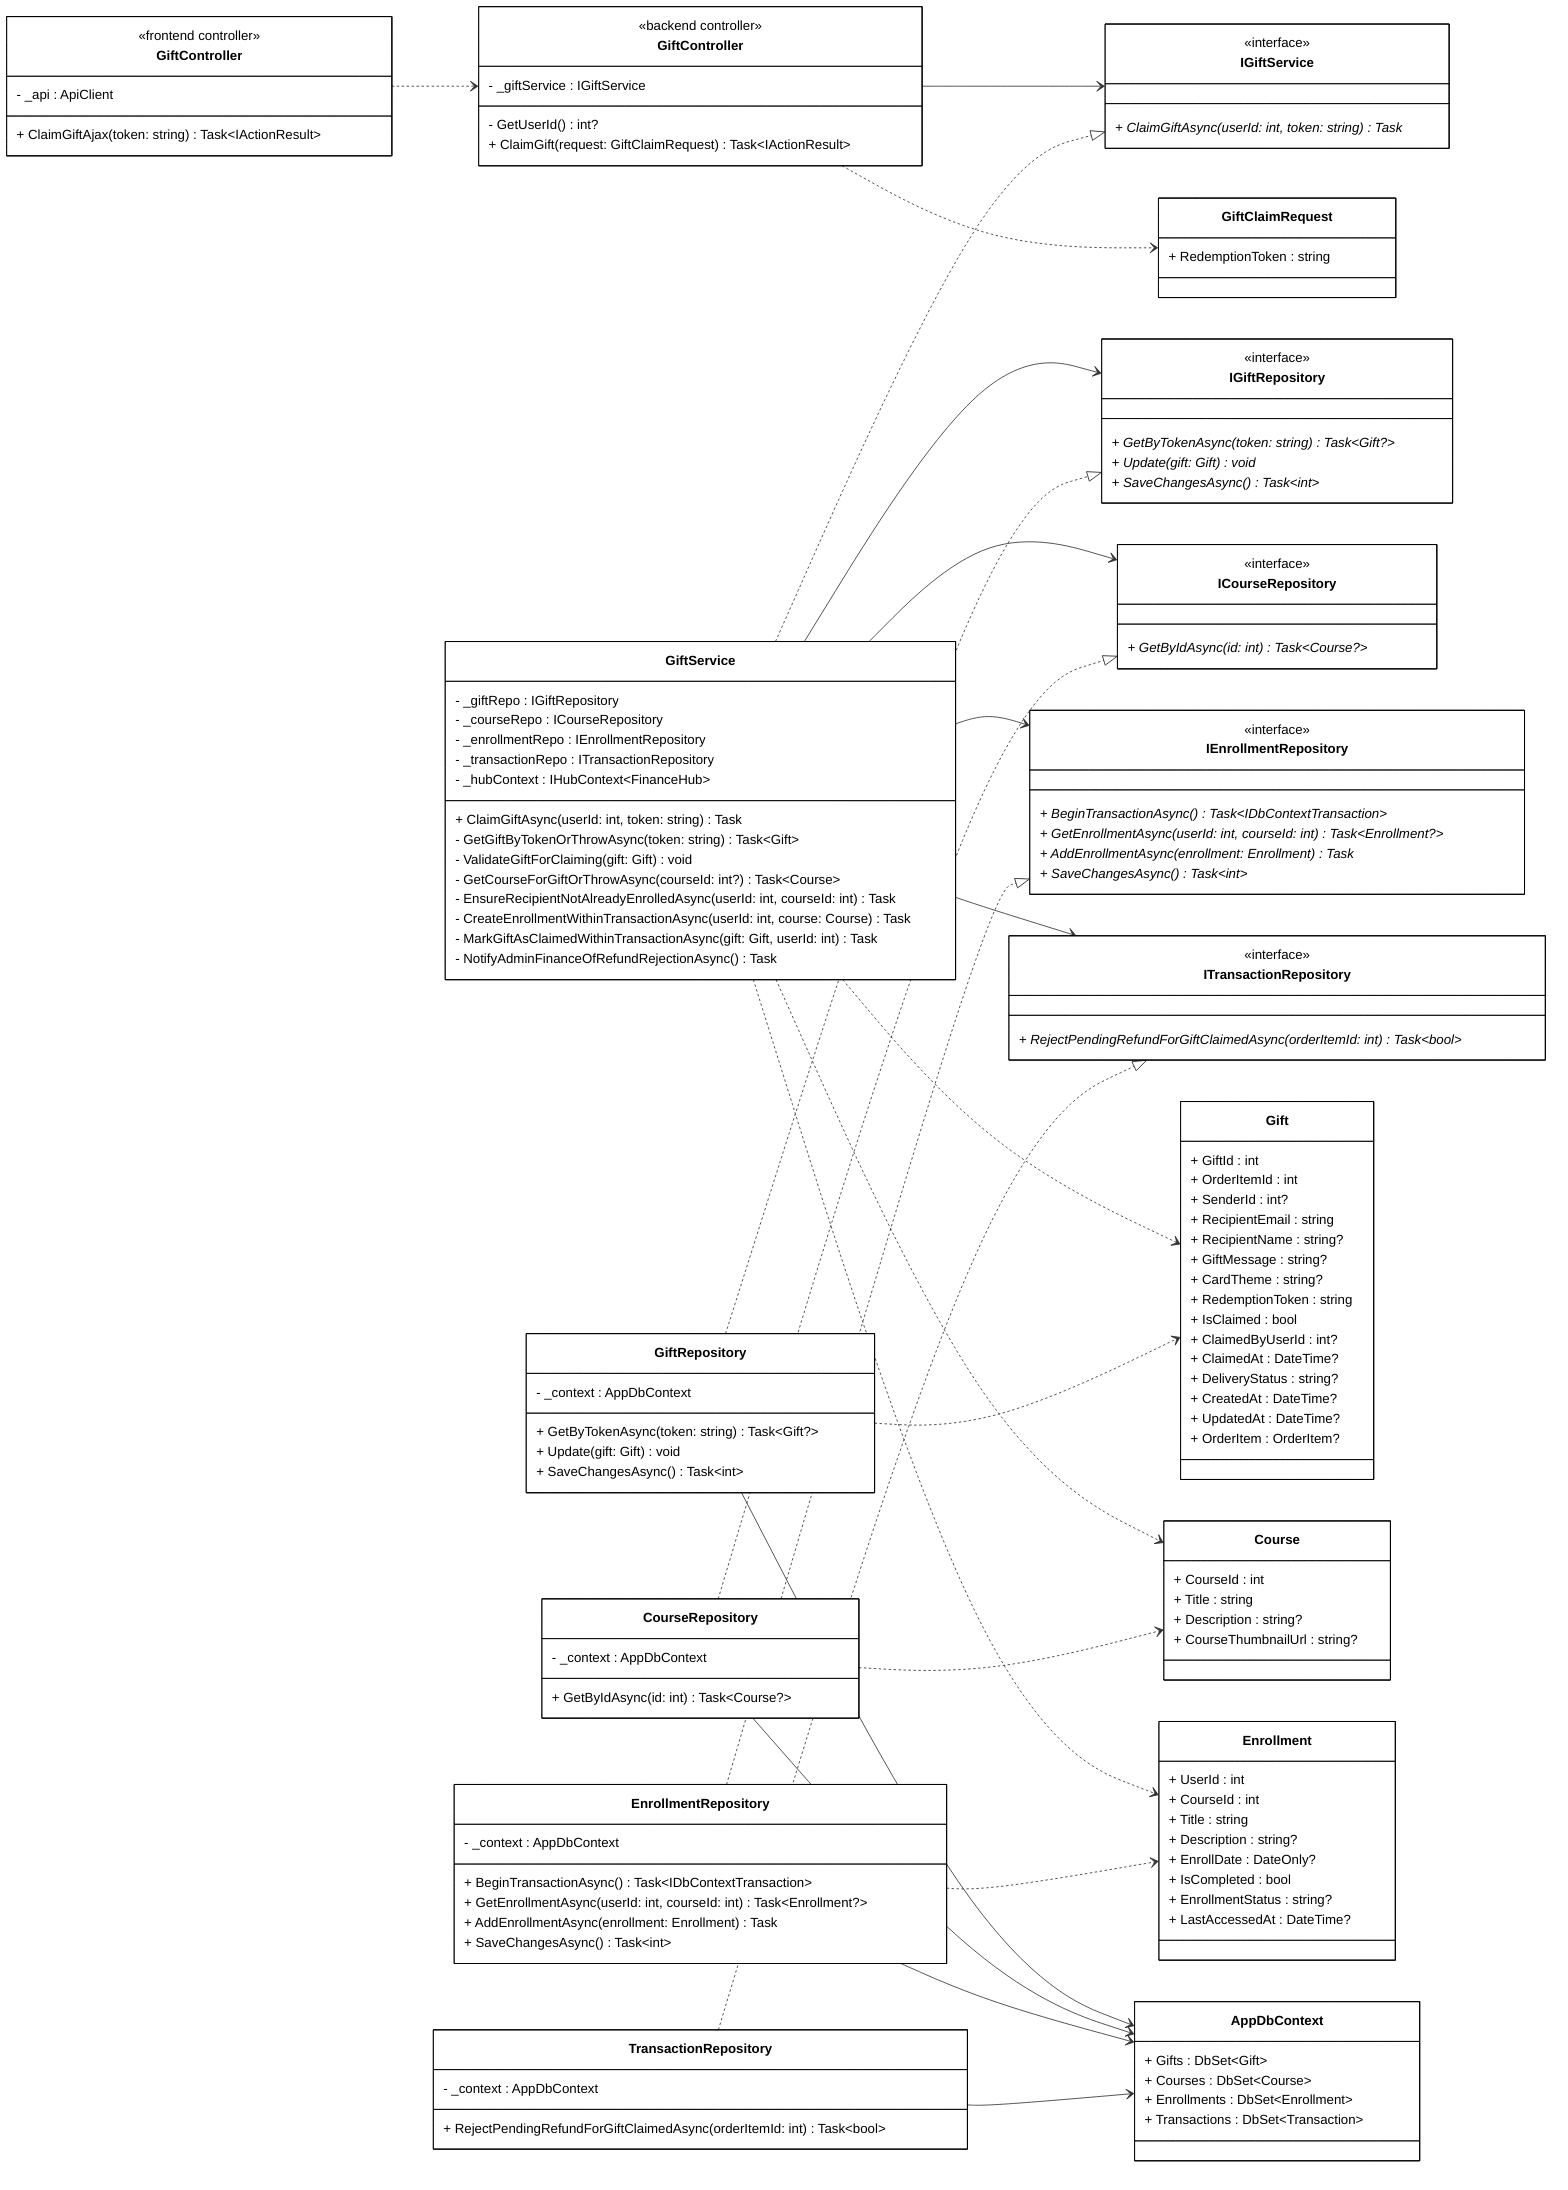
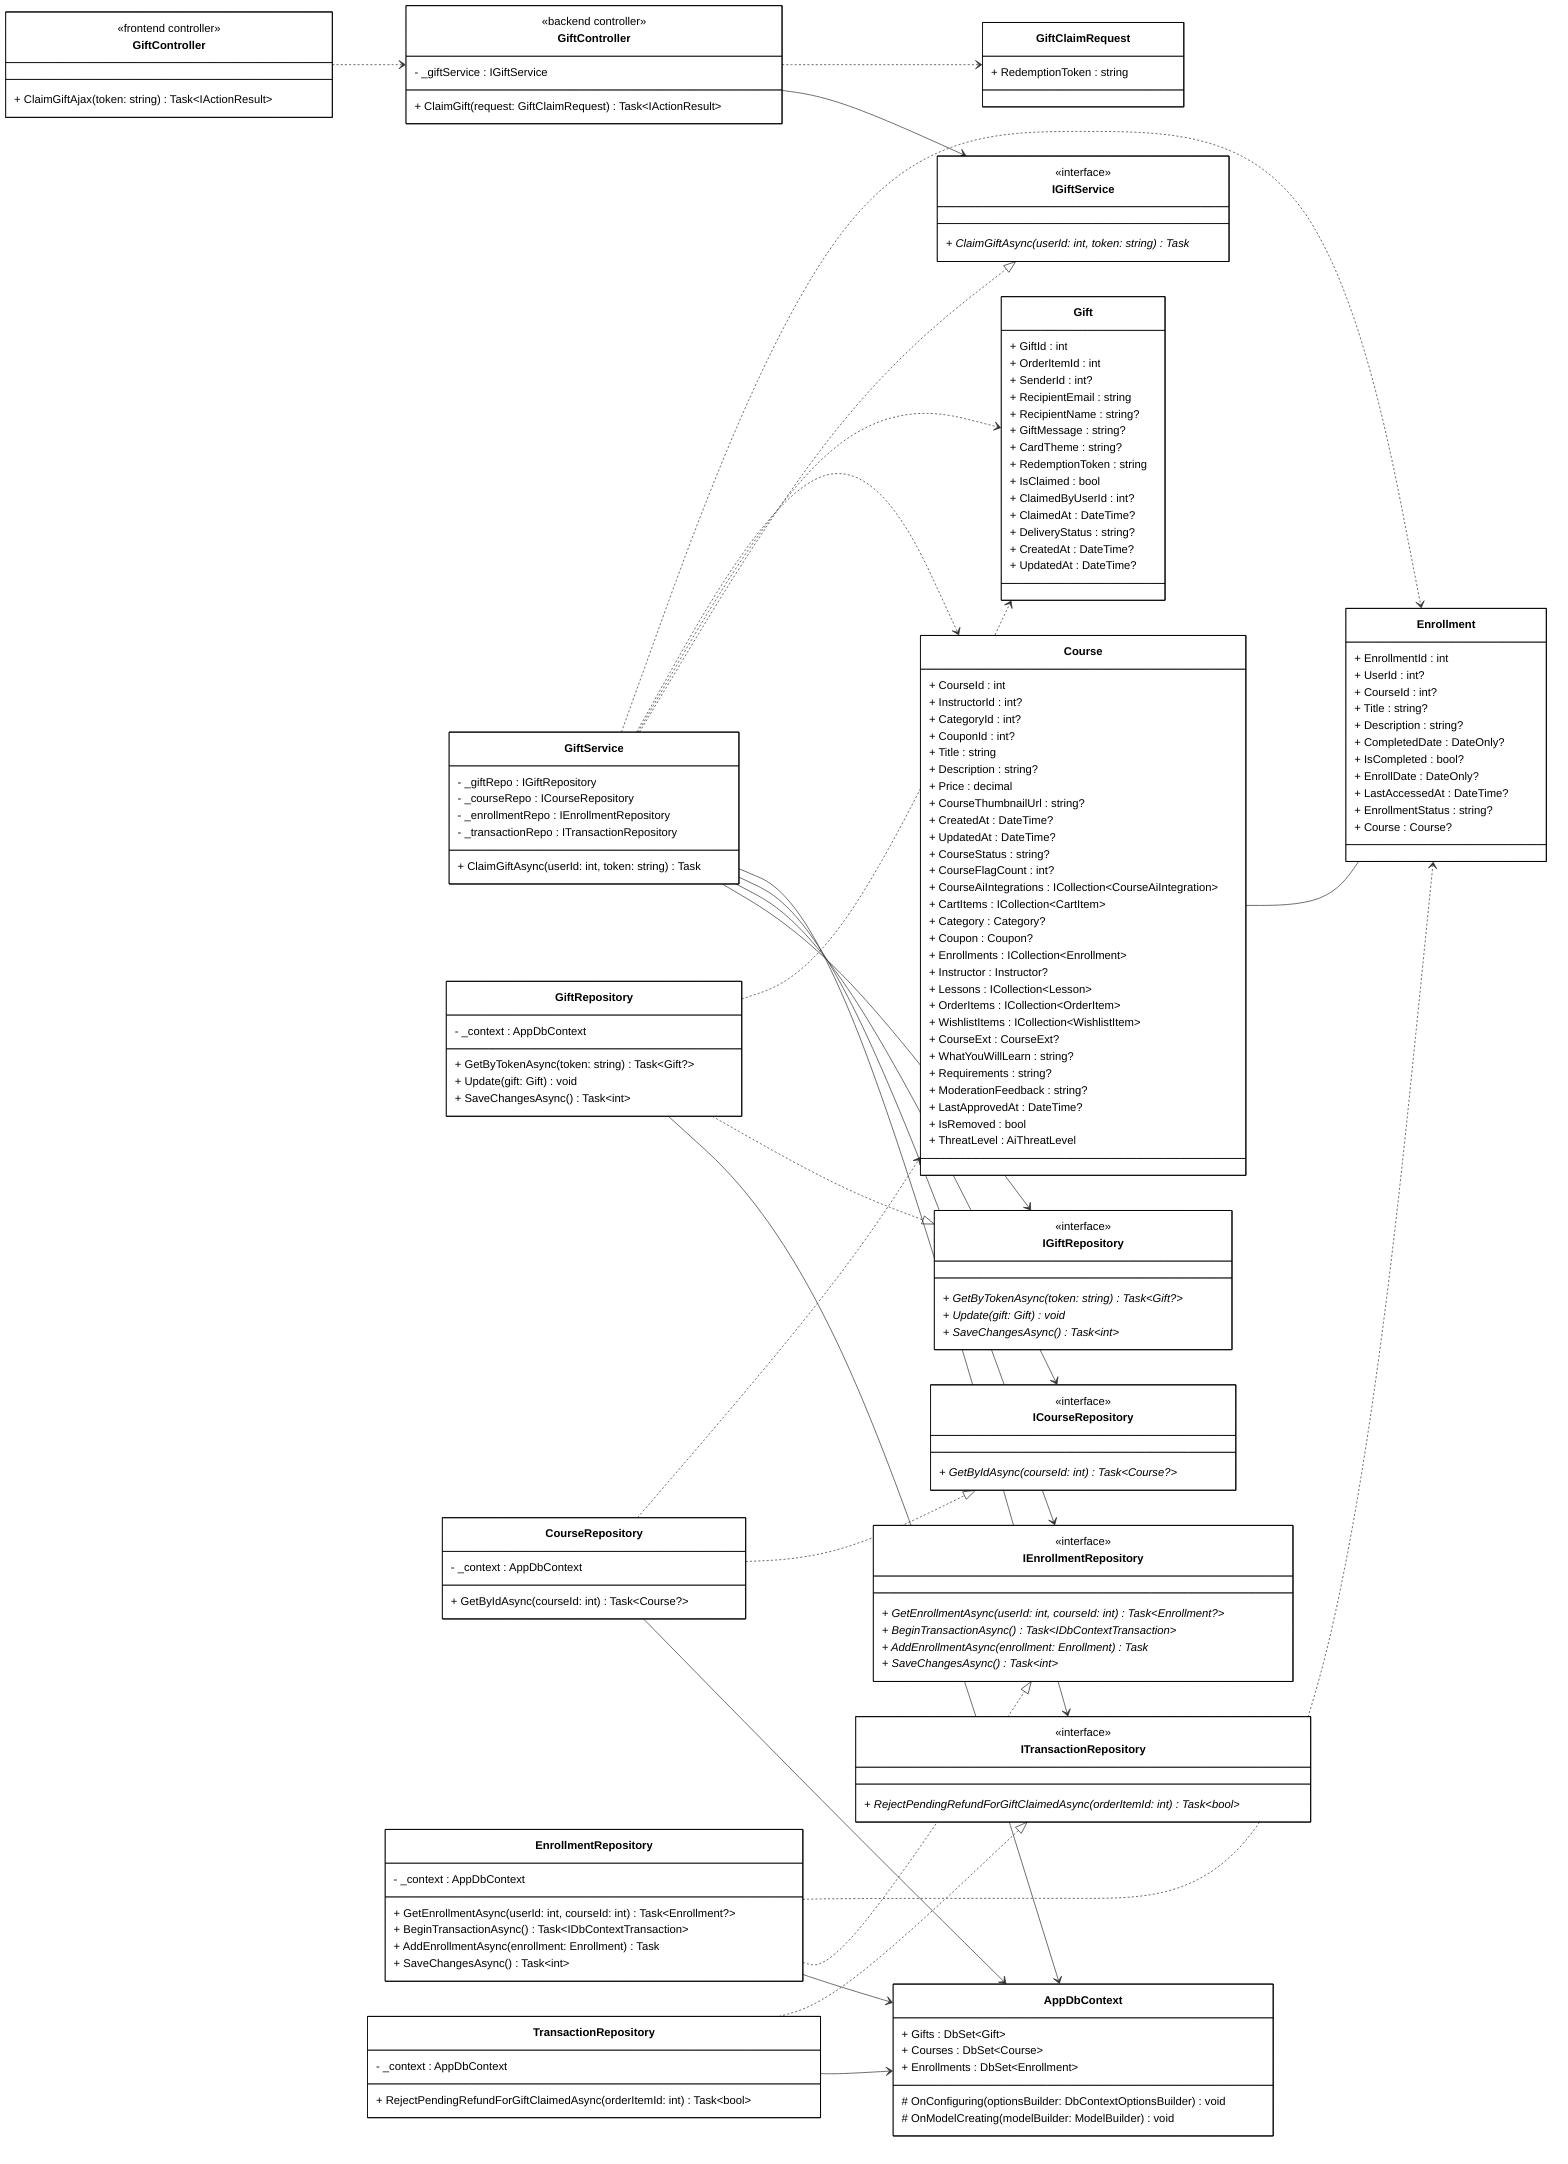
+ ```mermaid
classDiagram
direction LR

%% ==================== FRONTEND ====================

class GiftControllerFE["GiftController"] {
    <<frontend controller>>
-     - _api : ApiClient
    + ClaimGiftAjax(token: string) Task~IActionResult~
}
- 
- 

%% ==================== BACKEND - CONTROLLER ====================

class GiftControllerBE["GiftController"] {
    <<backend controller>>
    - _giftService : IGiftService
-     - GetUserId() int?
+ 
    + ClaimGift(request: GiftClaimRequest) Task~IActionResult~
}

%% ==================== BACKEND - DTOs ====================

class GiftClaimRequest {
    + RedemptionToken : string
}
- 
- 

%% ==================== BACKEND - DOMAIN ENTITIES ====================

class Gift {
    + GiftId : int
    + OrderItemId : int
    + SenderId : int?
    + RecipientEmail : string
    + RecipientName : string?
    + GiftMessage : string?
    + CardTheme : string?
    + RedemptionToken : string
    + IsClaimed : bool
    + ClaimedByUserId : int?
    + ClaimedAt : DateTime?
    + DeliveryStatus : string?
    + CreatedAt : DateTime?
    + UpdatedAt : DateTime?
-     + OrderItem : OrderItem?
}

class Course {
    + CourseId : int
+     + InstructorId : int?
+     + CategoryId : int?
+     + CouponId : int?
    + Title : string
    + Description : string?
+     + Price : decimal
    + CourseThumbnailUrl : string?
+     + CreatedAt : DateTime?
+     + UpdatedAt : DateTime?
+     + CourseStatus : string?
+     + CourseFlagCount : int?
+     + CourseAiIntegrations : ICollection~CourseAiIntegration~
+     + CartItems : ICollection~CartItem~
+     + Category : Category?
+     + Coupon : Coupon?
+     + Enrollments : ICollection~Enrollment~
+     + Instructor : Instructor?
+     + Lessons : ICollection~Lesson~
+     + OrderItems : ICollection~OrderItem~
+     + WishlistItems : ICollection~WishlistItem~
+     + CourseExt : CourseExt?
+     + WhatYouWillLearn : string?
+     + Requirements : string?
+     + ModerationFeedback : string?
+     + LastApprovedAt : DateTime?
+     + IsRemoved : bool
+     + ThreatLevel : AiThreatLevel
}

class Enrollment {
-     + UserId : int
-     + CourseId : int
-     + Title : string
+     + EnrollmentId : int
+     + UserId : int?
+     + CourseId : int?
+     + Title : string?
    + Description : string?
+     + CompletedDate : DateOnly?
+     + IsCompleted : bool?
    + EnrollDate : DateOnly?
-     + IsCompleted : bool
+     + LastAccessedAt : DateTime?
    + EnrollmentStatus : string?
-     + LastAccessedAt : DateTime?
- }
- 
- 
+     + Course : Course?
+ }

%% ==================== BACKEND - SERVICE INTERFACES ====================

class IGiftService {
    <<interface>>
    + ClaimGiftAsync(userId: int, token: string) Task *
}

class IGiftRepository {
    <<interface>>
    + GetByTokenAsync(token: string) Task~Gift?~ *
    + Update(gift: Gift) void *
    + SaveChangesAsync() Task~int~ *
}

- 
- 
class ICourseRepository {
    <<interface>>
-     + GetByIdAsync(id: int) Task~Course?~ *
+     + GetByIdAsync(courseId: int) Task~Course?~ *
}

class IEnrollmentRepository {
    <<interface>>
+     + GetEnrollmentAsync(userId: int, courseId: int) Task~Enrollment?~ *
    + BeginTransactionAsync() Task~IDbContextTransaction~ *
-     + GetEnrollmentAsync(userId: int, courseId: int) Task~Enrollment?~ *
    + AddEnrollmentAsync(enrollment: Enrollment) Task *
    + SaveChangesAsync() Task~int~ *
}

class ITransactionRepository {
    <<interface>>
    + RejectPendingRefundForGiftClaimedAsync(orderItemId: int) Task~bool~ *
}

%% ==================== BACKEND - SERVICE IMPLEMENTATION ====================

class GiftService {
    - _giftRepo : IGiftRepository
    - _courseRepo : ICourseRepository
    - _enrollmentRepo : IEnrollmentRepository
    - _transactionRepo : ITransactionRepository
-     - _hubContext : IHubContext~FinanceHub~

    + ClaimGiftAsync(userId: int, token: string) Task
-     - GetGiftByTokenOrThrowAsync(token: string) Task~Gift~
-     - ValidateGiftForClaiming(gift: Gift) void
-     - GetCourseForGiftOrThrowAsync(courseId: int?) Task~Course~
-     - EnsureRecipientNotAlreadyEnrolledAsync(userId: int, courseId: int) Task
-     - CreateEnrollmentWithinTransactionAsync(userId: int, course: Course) Task
-     - MarkGiftAsClaimedWithinTransactionAsync(gift: Gift, userId: int) Task
-     - NotifyAdminFinanceOfRefundRejectionAsync() Task
}

%% ==================== BACKEND - REPOSITORY IMPLEMENTATION ====================

class GiftRepository {
    - _context : AppDbContext
+ 
    + GetByTokenAsync(token: string) Task~Gift?~
    + Update(gift: Gift) void
    + SaveChangesAsync() Task~int~
}

- 
- 
class CourseRepository {
    - _context : AppDbContext
-     + GetByIdAsync(id: int) Task~Course?~
+ 
+     + GetByIdAsync(courseId: int) Task~Course?~
}

class EnrollmentRepository {
    - _context : AppDbContext
+ 
+     + GetEnrollmentAsync(userId: int, courseId: int) Task~Enrollment?~
    + BeginTransactionAsync() Task~IDbContextTransaction~
-     + GetEnrollmentAsync(userId: int, courseId: int) Task~Enrollment?~
    + AddEnrollmentAsync(enrollment: Enrollment) Task
    + SaveChangesAsync() Task~int~
}

class TransactionRepository {
    - _context : AppDbContext
+ 
    + RejectPendingRefundForGiftClaimedAsync(orderItemId: int) Task~bool~
}

%% ==================== BACKEND - DbContext ====================

class AppDbContext {
    + Gifts : DbSet~Gift~
    + Courses : DbSet~Course~
    + Enrollments : DbSet~Enrollment~
-     + Transactions : DbSet~Transaction~
+ 
+     # OnConfiguring(optionsBuilder: DbContextOptionsBuilder) void
+     # OnModelCreating(modelBuilder: ModelBuilder) void
}

%% ==================== RELATIONSHIPS ====================

- %% === COMPOSITION & AGGREGATION ===
+ %% === ASSOCIATION ===
+ Course -- Enrollment

%% === UNIDIRECTIONAL ASSOCIATION ===
GiftControllerBE --> IGiftService
GiftService --> IGiftRepository
GiftService --> ICourseRepository
GiftService --> IEnrollmentRepository
GiftService --> ITransactionRepository
GiftRepository --> AppDbContext
CourseRepository --> AppDbContext
EnrollmentRepository --> AppDbContext
TransactionRepository --> AppDbContext

%% === INTERFACE REALIZATION ===
GiftService ..|> IGiftService
GiftRepository ..|> IGiftRepository
CourseRepository ..|> ICourseRepository
EnrollmentRepository ..|> IEnrollmentRepository
TransactionRepository ..|> ITransactionRepository

%% === DEPENDENCY ===
GiftControllerFE ..> GiftControllerBE
GiftControllerBE ..> GiftClaimRequest
GiftService ..> Gift
GiftService ..> Course
GiftService ..> Enrollment
GiftRepository ..> Gift
CourseRepository ..> Course
EnrollmentRepository ..> Enrollment

%% ==================== STYLES ====================

classDef default fill:#FFFFFF,stroke:#000000,stroke-width:1px,color:#000000
+ ```
